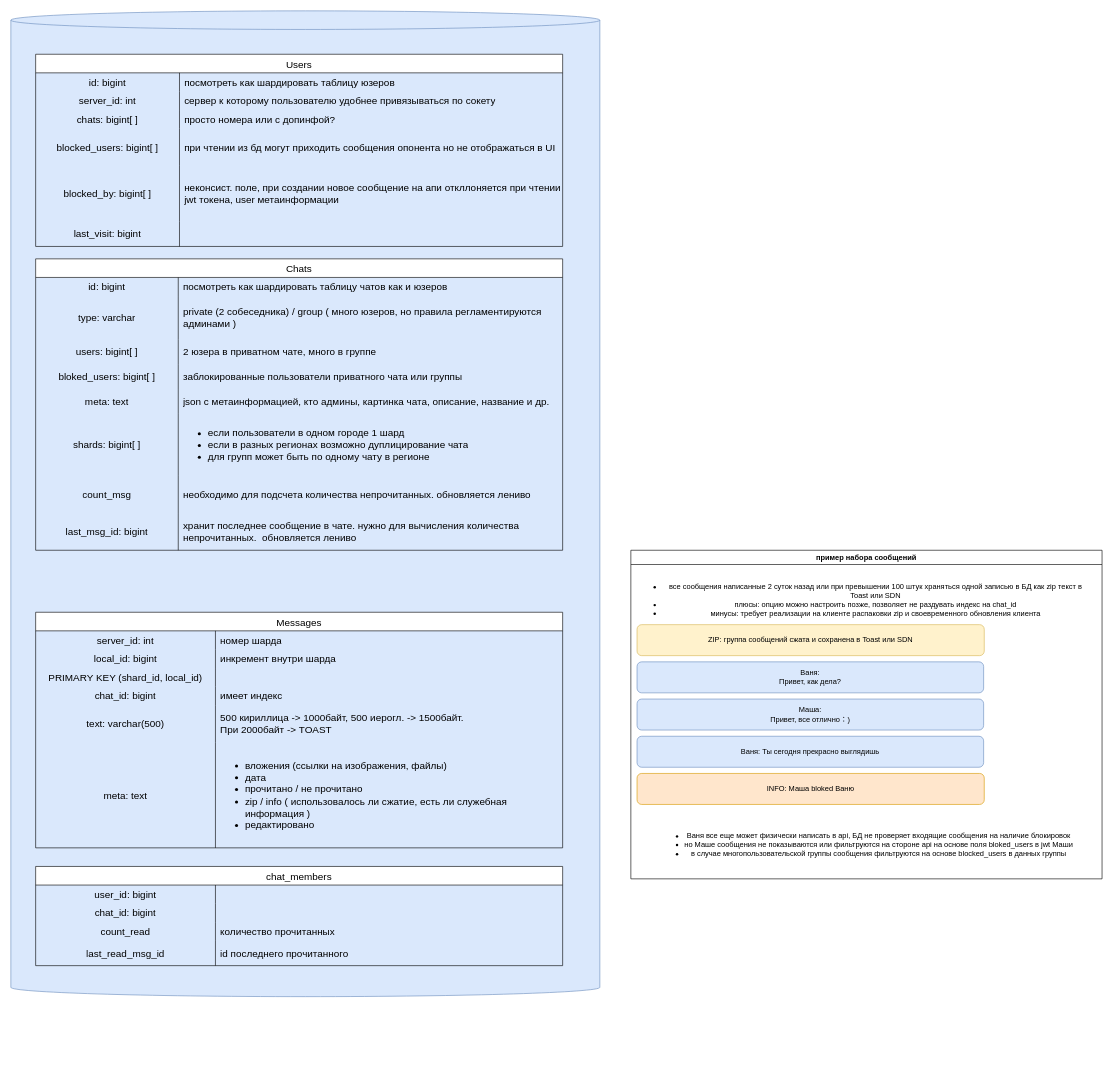
Before: page "messenger (models)" (7 of 9) of architecture.drawio in KmnPetr/SysDesign, a draw.io diagram. Source tidied: cells renumbered, new cells numbered last; positions are measured from the earlier drawing's top-left corner, leaving out a move shared by most shapes. Both pictures are drawn from the tidied source at 62%, with x=0, y=0 at pixel (11, 11).
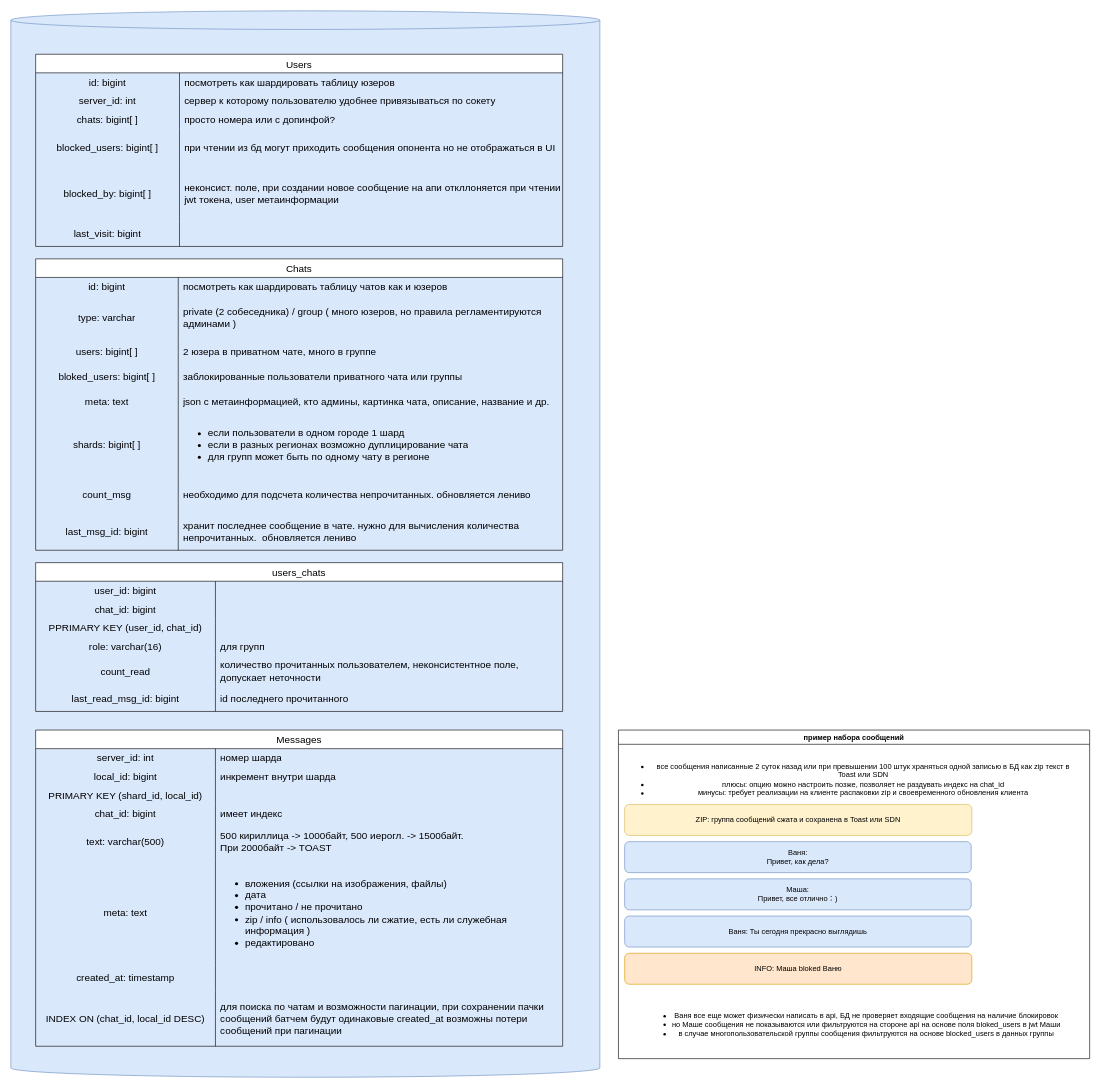
The same diagram, later.

Diff of the diagram source:
```diff
@@
     <mxCell id="2" style="shape=cylinder3;whiteSpace=wrap;html=1;boundedLbl=1;backgroundOutline=1;size=15;fillColor=#dae8fc;strokeColor=#6c8ebf;" parent="1" vertex="1">
-      <mxGeometry width="950" height="1590" as="geometry" />
+      <mxGeometry width="950" height="1720" as="geometry" />
     </mxCell>
@@
-    <mxCell id="47" value="chat_members" style="shape=table;startSize=30;childLayout=tableLayout;rowLines=0;fontStyle=0;strokeColor=default;fontSize=16;" parent="1" vertex="1">
-      <mxGeometry x="40" y="1380" width="850" height="160" as="geometry" />
+    <mxCell id="47" value="users_chats" style="shape=table;startSize=30;childLayout=tableLayout;rowLines=0;fontStyle=0;strokeColor=default;fontSize=16;" parent="1" vertex="1">
+      <mxGeometry x="40" y="890" width="850" height="240" as="geometry" />
     </mxCell>
@@
+    <mxCell id="87" style="shape=tableRow;horizontal=0;startSize=0;swimlaneHead=0;swimlaneBody=0;top=0;left=0;bottom=0;right=0;fillColor=none;strokeColor=inherit;fontSize=16;" parent="47" vertex="1">
+      <mxGeometry y="90" width="850" height="30" as="geometry" />
+    </mxCell>
+    <mxCell id="88" value="PPRIMARY KEY (user_id, chat_id)" style="shape=partialRectangle;html=1;whiteSpace=wrap;fillColor=none;top=0;left=0;bottom=0;right=0;overflow=hidden;strokeColor=inherit;fontSize=16;" parent="87" vertex="1">
+      <mxGeometry width="290" height="30" as="geometry" />
+    </mxCell>
+    <mxCell id="89" style="shape=partialRectangle;html=1;whiteSpace=wrap;fillColor=none;top=0;left=0;bottom=0;right=0;align=left;spacingLeft=6;overflow=hidden;strokeColor=inherit;fontSize=16;" parent="87" vertex="1">
+      <mxGeometry x="290" width="560" height="30" as="geometry" />
+    </mxCell>
+    <mxCell id="90" style="shape=tableRow;horizontal=0;startSize=0;swimlaneHead=0;swimlaneBody=0;top=0;left=0;bottom=0;right=0;fillColor=none;strokeColor=inherit;fontSize=16;" parent="47" vertex="1">
+      <mxGeometry y="120" width="850" height="30" as="geometry" />
+    </mxCell>
+    <mxCell id="91" value="role: varchar(16)" style="shape=partialRectangle;html=1;whiteSpace=wrap;fillColor=none;top=0;left=0;bottom=0;right=0;overflow=hidden;strokeColor=inherit;fontSize=16;" parent="90" vertex="1">
+      <mxGeometry width="290" height="30" as="geometry" />
+    </mxCell>
+    <mxCell id="92" value="для групп" style="shape=partialRectangle;html=1;whiteSpace=wrap;fillColor=none;top=0;left=0;bottom=0;right=0;align=left;spacingLeft=6;overflow=hidden;strokeColor=inherit;fontSize=16;" parent="90" vertex="1">
+      <mxGeometry x="290" width="560" height="30" as="geometry" />
+    </mxCell>
     <mxCell id="54" style="shape=tableRow;horizontal=0;startSize=0;swimlaneHead=0;swimlaneBody=0;top=0;left=0;bottom=0;right=0;fillColor=none;strokeColor=inherit;fontSize=16;" parent="47" vertex="1">
-      <mxGeometry y="90" width="850" height="30" as="geometry" />
+      <mxGeometry y="150" width="850" height="50" as="geometry" />
     </mxCell>
     <mxCell id="55" value="count_read" style="shape=partialRectangle;html=1;whiteSpace=wrap;fillColor=none;top=0;left=0;bottom=0;right=0;overflow=hidden;strokeColor=inherit;fontSize=16;" parent="54" vertex="1">
-      <mxGeometry width="290" height="30" as="geometry" />
+      <mxGeometry width="290" height="50" as="geometry" />
     </mxCell>
-    <mxCell id="56" value="количество прочитанных" style="shape=partialRectangle;html=1;whiteSpace=wrap;fillColor=none;top=0;left=0;bottom=0;right=0;align=left;spacingLeft=6;overflow=hidden;strokeColor=inherit;fontSize=16;" parent="54" vertex="1">
-      <mxGeometry x="290" width="560" height="30" as="geometry" />
+    <mxCell id="56" value="количество прочитанных пользователем, неконсистентное поле, допускает неточности" style="shape=partialRectangle;html=1;whiteSpace=wrap;fillColor=none;top=0;left=0;bottom=0;right=0;align=left;spacingLeft=6;overflow=hidden;strokeColor=inherit;fontSize=16;" parent="54" vertex="1">
+      <mxGeometry x="290" width="560" height="50" as="geometry" />
     </mxCell>
     <mxCell id="57" style="shape=tableRow;horizontal=0;startSize=0;swimlaneHead=0;swimlaneBody=0;top=0;left=0;bottom=0;right=0;fillColor=none;strokeColor=inherit;fontSize=16;" parent="47" vertex="1">
-      <mxGeometry y="120" width="850" height="40" as="geometry" />
+      <mxGeometry y="200" width="850" height="40" as="geometry" />
     </mxCell>
-    <mxCell id="58" value="last_read_msg_id" style="shape=partialRectangle;html=1;whiteSpace=wrap;fillColor=none;top=0;left=0;bottom=0;right=0;overflow=hidden;strokeColor=inherit;fontSize=16;" parent="57" vertex="1">
+    <mxCell id="58" value="last_read_msg_id: bigint" style="shape=partialRectangle;html=1;whiteSpace=wrap;fillColor=none;top=0;left=0;bottom=0;right=0;overflow=hidden;strokeColor=inherit;fontSize=16;" parent="57" vertex="1">
       <mxGeometry width="290" height="40" as="geometry" />
     </mxCell>
@@
     <mxCell id="60" value="пример набора сообщений" style="swimlane;whiteSpace=wrap;html=1;" parent="1" vertex="1">
-      <mxGeometry x="1000" y="870" width="760" height="530" as="geometry" />
+      <mxGeometry x="980" y="1160" width="760" height="530" as="geometry" />
     </mxCell>
@@
     <mxCell id="68" value="Messages" style="shape=table;startSize=30;childLayout=tableLayout;rowLines=0;fontStyle=0;strokeColor=default;fontSize=16;" parent="1" vertex="1">
-      <mxGeometry x="40" y="970" width="850" height="380" as="geometry" />
+      <mxGeometry x="40" y="1160" width="850" height="510" as="geometry" />
     </mxCell>
@@
+    <mxCell id="93" style="shape=tableRow;horizontal=0;startSize=0;swimlaneHead=0;swimlaneBody=0;top=0;left=0;bottom=0;right=0;fillColor=none;strokeColor=inherit;fontSize=16;" parent="68" vertex="1">
+      <mxGeometry y="380" width="850" height="40" as="geometry" />
+    </mxCell>
+    <mxCell id="94" value="created_at: timestamp" style="shape=partialRectangle;html=1;whiteSpace=wrap;fillColor=none;top=0;left=0;bottom=0;right=0;overflow=hidden;strokeColor=inherit;fontSize=16;" parent="93" vertex="1">
+      <mxGeometry width="290" height="40" as="geometry" />
+    </mxCell>
+    <mxCell id="95" style="shape=partialRectangle;html=1;whiteSpace=wrap;fillColor=none;top=0;left=0;bottom=0;right=0;align=left;spacingLeft=6;overflow=hidden;strokeColor=inherit;fontSize=16;" parent="93" vertex="1">
+      <mxGeometry x="290" width="560" height="40" as="geometry" />
+    </mxCell>
+    <mxCell id="96" style="shape=tableRow;horizontal=0;startSize=0;swimlaneHead=0;swimlaneBody=0;top=0;left=0;bottom=0;right=0;fillColor=none;strokeColor=inherit;fontSize=16;" parent="68" vertex="1">
+      <mxGeometry y="420" width="850" height="90" as="geometry" />
+    </mxCell>
+    <mxCell id="97" value="INDEX ON (chat_id, local_id DESC)" style="shape=partialRectangle;html=1;whiteSpace=wrap;fillColor=none;top=0;left=0;bottom=0;right=0;overflow=hidden;strokeColor=inherit;fontSize=16;" parent="96" vertex="1">
+      <mxGeometry width="290" height="90" as="geometry" />
+    </mxCell>
+    <mxCell id="98" value="для поиска по чатам и возможности пагинации, при сохранении пачки сообщений батчем будут одинаковые created_at возможны потери сообщений при пагинации" style="shape=partialRectangle;html=1;whiteSpace=wrap;fillColor=none;top=0;left=0;bottom=0;right=0;align=left;spacingLeft=6;overflow=hidden;strokeColor=inherit;fontSize=16;" parent="96" vertex="1">
+      <mxGeometry x="290" width="560" height="90" as="geometry" />
+    </mxCell>
```
